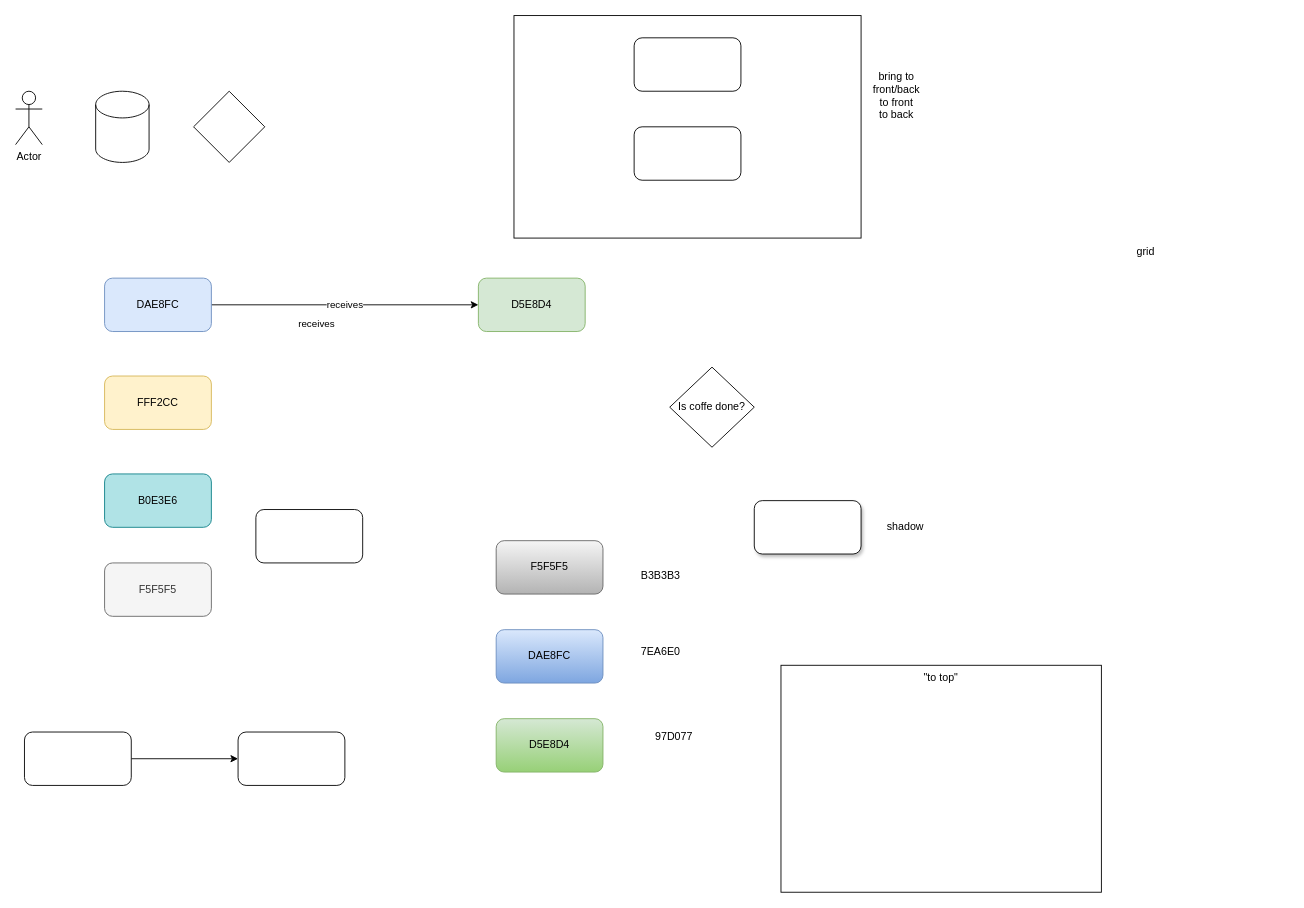
Earlier version of the draw.io diagram page "Page-1" (1 of 2) of drawing_new_features.drawio (robertoestlin/noted). Source tidied: cells renumbered, new cells numbered last; positions are measured from the earlier drawing's top-left corner, leaving out a move shared by most shapes. Both pictures are drawn from the tidied source at 89%, with x=0, y=0 at pixel (15, 15).
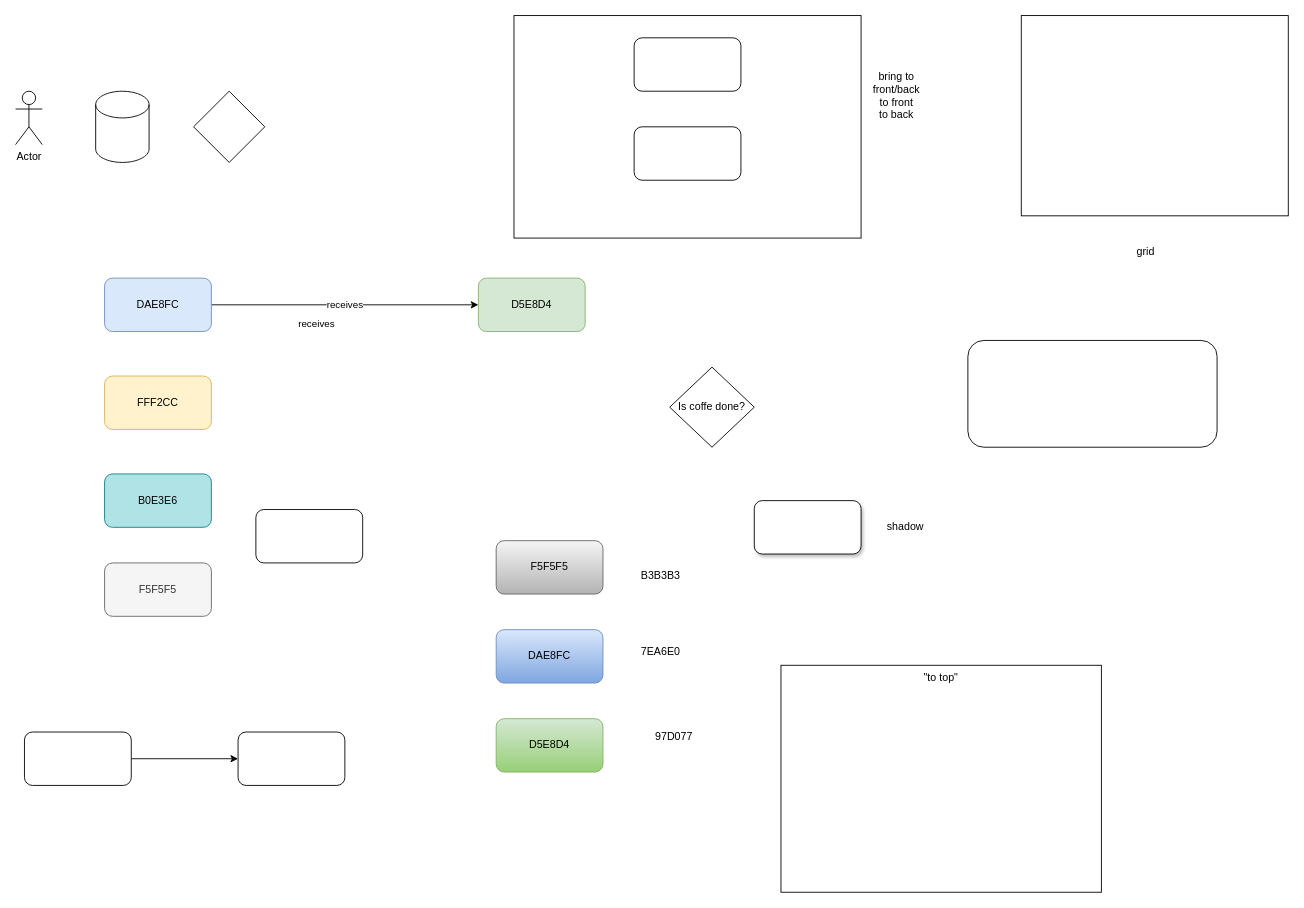
The same page after the edit.

The edit, as a diff of the source:
```diff
@@
+    <mxCell id="31" style="rounded=0;whiteSpace=wrap;html=1;" parent="1" vertex="1">
+      <mxGeometry x="1130" width="300" height="225" as="geometry" />
+    </mxCell>
+    <mxCell id="32" style="rounded=1;whiteSpace=wrap;html=1;" parent="1" vertex="1">
+      <mxGeometry x="1070" y="365" width="280" height="120" as="geometry" />
+    </mxCell>
```
